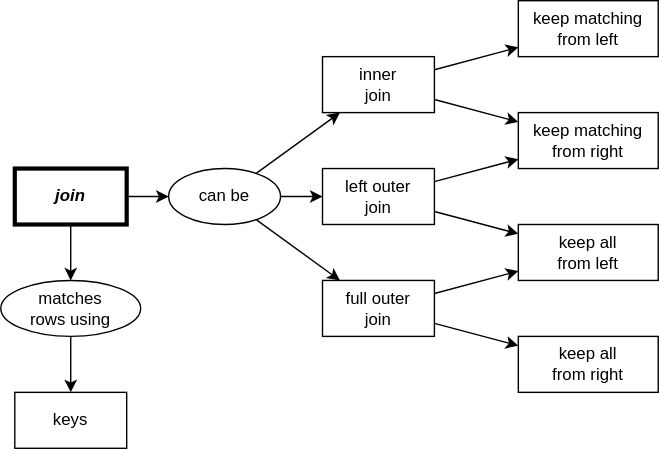
The draw.io diagram res/img/concept_map_join.svg in gvwilson/sql-tutorial, before a commit. Source tidied: cells renumbered, new cells last; positions are measured from the earlier drawing's top-left corner, leaving out a move shared by most shapes.
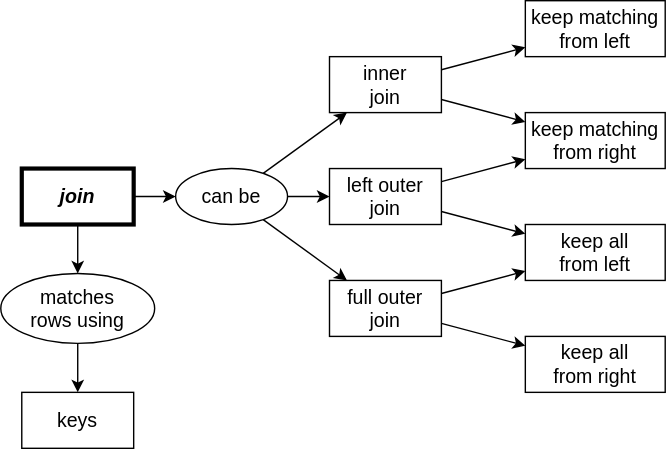
The same diagram one commit later.

Diff of the diagram source:
```diff
@@ -2,73 +2,73 @@
   <root>
     <mxCell id="0" />
     <mxCell id="1" parent="0" />
-    <mxCell id="2" value="&lt;i&gt;&lt;b&gt;join&lt;/b&gt;&lt;/i&gt;" style="rounded=0;whiteSpace=wrap;html=1;fillColor=none;strokeWidth=3;" parent="1" vertex="1">
+    <mxCell id="2" value="&lt;i style=&quot;font-size: 14px;&quot;&gt;&lt;b style=&quot;font-size: 14px;&quot;&gt;join&lt;/b&gt;&lt;/i&gt;" style="rounded=0;whiteSpace=wrap;html=1;fillColor=none;strokeWidth=3;fontSize=14;" parent="1" vertex="1">
       <mxGeometry x="10" y="120" width="80" height="40" as="geometry" />
     </mxCell>
-    <mxCell id="3" value="keep matching&lt;br&gt;from left" style="rounded=0;whiteSpace=wrap;html=1;fillColor=none;" parent="1" vertex="1">
+    <mxCell id="3" value="keep matching&lt;br style=&quot;font-size: 14px;&quot;&gt;from left" style="rounded=0;whiteSpace=wrap;html=1;fillColor=none;fontSize=14;" parent="1" vertex="1">
       <mxGeometry x="370" width="100" height="40" as="geometry" />
     </mxCell>
-    <mxCell id="4" value="keep matching&lt;br&gt;from right" style="rounded=0;whiteSpace=wrap;html=1;fillColor=none;" parent="1" vertex="1">
+    <mxCell id="4" value="keep matching&lt;br style=&quot;font-size: 14px;&quot;&gt;from right" style="rounded=0;whiteSpace=wrap;html=1;fillColor=none;fontSize=14;" parent="1" vertex="1">
       <mxGeometry x="370" y="80" width="100" height="40" as="geometry" />
     </mxCell>
-    <mxCell id="5" value="keep all&lt;br&gt;from left" style="rounded=0;whiteSpace=wrap;html=1;fillColor=none;" parent="1" vertex="1">
+    <mxCell id="5" value="keep all&lt;br style=&quot;font-size: 14px;&quot;&gt;from left" style="rounded=0;whiteSpace=wrap;html=1;fillColor=none;fontSize=14;" parent="1" vertex="1">
       <mxGeometry x="370" y="160" width="100" height="40" as="geometry" />
     </mxCell>
-    <mxCell id="6" value="keep all&lt;br&gt;from right" style="rounded=0;whiteSpace=wrap;html=1;fillColor=none;" parent="1" vertex="1">
+    <mxCell id="6" value="keep all&lt;br style=&quot;font-size: 14px;&quot;&gt;from right" style="rounded=0;whiteSpace=wrap;html=1;fillColor=none;fontSize=14;" parent="1" vertex="1">
       <mxGeometry x="370" y="240" width="100" height="40" as="geometry" />
     </mxCell>
-    <mxCell id="7" value="inner&lt;br&gt;join" style="rounded=0;whiteSpace=wrap;html=1;fillColor=none;" parent="1" vertex="1">
+    <mxCell id="7" value="inner&lt;br style=&quot;font-size: 14px;&quot;&gt;join" style="rounded=0;whiteSpace=wrap;html=1;fillColor=none;fontSize=14;" parent="1" vertex="1">
       <mxGeometry x="230" y="40" width="80" height="40" as="geometry" />
     </mxCell>
-    <mxCell id="8" value="left outer&lt;br&gt;join" style="rounded=0;whiteSpace=wrap;html=1;fillColor=none;" parent="1" vertex="1">
+    <mxCell id="8" value="left outer&lt;br style=&quot;font-size: 14px;&quot;&gt;join" style="rounded=0;whiteSpace=wrap;html=1;fillColor=none;fontSize=14;" parent="1" vertex="1">
       <mxGeometry x="230" y="120" width="80" height="40" as="geometry" />
     </mxCell>
-    <mxCell id="9" value="full outer&lt;br&gt;join" style="rounded=0;whiteSpace=wrap;html=1;fillColor=none;" parent="1" vertex="1">
+    <mxCell id="9" value="full outer&lt;br style=&quot;font-size: 14px;&quot;&gt;join" style="rounded=0;whiteSpace=wrap;html=1;fillColor=none;fontSize=14;" parent="1" vertex="1">
       <mxGeometry x="230" y="200" width="80" height="40" as="geometry" />
     </mxCell>
-    <mxCell id="10" value="can be" style="ellipse;whiteSpace=wrap;html=1;fillColor=none;" parent="1" vertex="1">
+    <mxCell id="10" value="can be" style="ellipse;whiteSpace=wrap;html=1;fillColor=none;fontSize=14;" parent="1" vertex="1">
       <mxGeometry x="120" y="120" width="80" height="40" as="geometry" />
     </mxCell>
-    <mxCell id="11" style="endArrow=classic;html=1;rounded=0;" parent="1" edge="1" source="2" target="10">
+    <mxCell id="11" style="endArrow=classic;html=1;rounded=0;fontSize=14;" parent="1" edge="1" source="2" target="10">
       <mxGeometry relative="1" as="geometry" />
     </mxCell>
-    <mxCell id="12" style="endArrow=classic;html=1;rounded=0;" parent="1" edge="1" source="10" target="7">
+    <mxCell id="12" style="endArrow=classic;html=1;rounded=0;fontSize=14;" parent="1" edge="1" source="10" target="7">
       <mxGeometry relative="1" as="geometry" />
     </mxCell>
-    <mxCell id="13" style="endArrow=classic;html=1;rounded=0;" parent="1" edge="1" source="10" target="8">
+    <mxCell id="13" style="endArrow=classic;html=1;rounded=0;fontSize=14;" parent="1" edge="1" source="10" target="8">
       <mxGeometry relative="1" as="geometry" />
     </mxCell>
-    <mxCell id="14" style="endArrow=classic;html=1;rounded=0;" parent="1" edge="1" source="10" target="9">
+    <mxCell id="14" style="endArrow=classic;html=1;rounded=0;fontSize=14;" parent="1" edge="1" source="10" target="9">
       <mxGeometry relative="1" as="geometry" />
     </mxCell>
-    <mxCell id="15" style="endArrow=classic;html=1;rounded=0;" parent="1" edge="1" source="7" target="3">
+    <mxCell id="15" style="endArrow=classic;html=1;rounded=0;fontSize=14;" parent="1" edge="1" source="7" target="3">
       <mxGeometry relative="1" as="geometry" />
     </mxCell>
-    <mxCell id="16" style="endArrow=classic;html=1;rounded=0;" parent="1" edge="1" source="7" target="4">
+    <mxCell id="16" style="endArrow=classic;html=1;rounded=0;fontSize=14;" parent="1" edge="1" source="7" target="4">
       <mxGeometry relative="1" as="geometry" />
     </mxCell>
-    <mxCell id="17" style="endArrow=classic;html=1;rounded=0;" parent="1" edge="1" source="8" target="4">
+    <mxCell id="17" style="endArrow=classic;html=1;rounded=0;fontSize=14;" parent="1" edge="1" source="8" target="4">
       <mxGeometry relative="1" as="geometry" />
     </mxCell>
-    <mxCell id="18" style="endArrow=classic;html=1;rounded=0;" parent="1" edge="1" source="8" target="5">
+    <mxCell id="18" style="endArrow=classic;html=1;rounded=0;fontSize=14;" parent="1" edge="1" source="8" target="5">
       <mxGeometry relative="1" as="geometry" />
     </mxCell>
-    <mxCell id="19" style="endArrow=classic;html=1;rounded=0;" parent="1" edge="1" source="9" target="6">
+    <mxCell id="19" style="endArrow=classic;html=1;rounded=0;fontSize=14;" parent="1" edge="1" source="9" target="6">
       <mxGeometry relative="1" as="geometry" />
     </mxCell>
-    <mxCell id="20" style="endArrow=classic;html=1;rounded=0;" parent="1" edge="1" source="9" target="5">
+    <mxCell id="20" style="endArrow=classic;html=1;rounded=0;fontSize=14;" parent="1" edge="1" source="9" target="5">
       <mxGeometry relative="1" as="geometry" />
     </mxCell>
-    <mxCell id="21" value="matches&lt;br&gt;rows using" style="ellipse;whiteSpace=wrap;html=1;fillColor=none;" parent="1" vertex="1">
-      <mxGeometry y="200" width="100" height="40" as="geometry" />
+    <mxCell id="21" value="matches&lt;br style=&quot;font-size: 14px;&quot;&gt;rows using" style="ellipse;whiteSpace=wrap;html=1;fillColor=none;fontSize=14;" parent="1" vertex="1">
+      <mxGeometry x="-5" y="195" width="110" height="50" as="geometry" />
     </mxCell>
-    <mxCell id="22" style="endArrow=classic;html=1;rounded=0;" parent="1" edge="1" source="2" target="21">
+    <mxCell id="22" style="endArrow=classic;html=1;rounded=0;fontSize=14;" parent="1" edge="1" source="2" target="21">
       <mxGeometry relative="1" as="geometry" />
     </mxCell>
-    <mxCell id="23" value="keys" style="rounded=0;whiteSpace=wrap;html=1;fillColor=none;" parent="1" vertex="1">
+    <mxCell id="23" value="keys" style="rounded=0;whiteSpace=wrap;html=1;fillColor=none;fontSize=14;" parent="1" vertex="1">
       <mxGeometry x="10" y="280" width="80" height="40" as="geometry" />
     </mxCell>
-    <mxCell id="24" style="endArrow=classic;html=1;rounded=0;" parent="1" edge="1" source="21" target="23">
+    <mxCell id="24" style="endArrow=classic;html=1;rounded=0;fontSize=14;" parent="1" edge="1" source="21" target="23">
       <mxGeometry relative="1" as="geometry" />
     </mxCell>
   </root>
```
